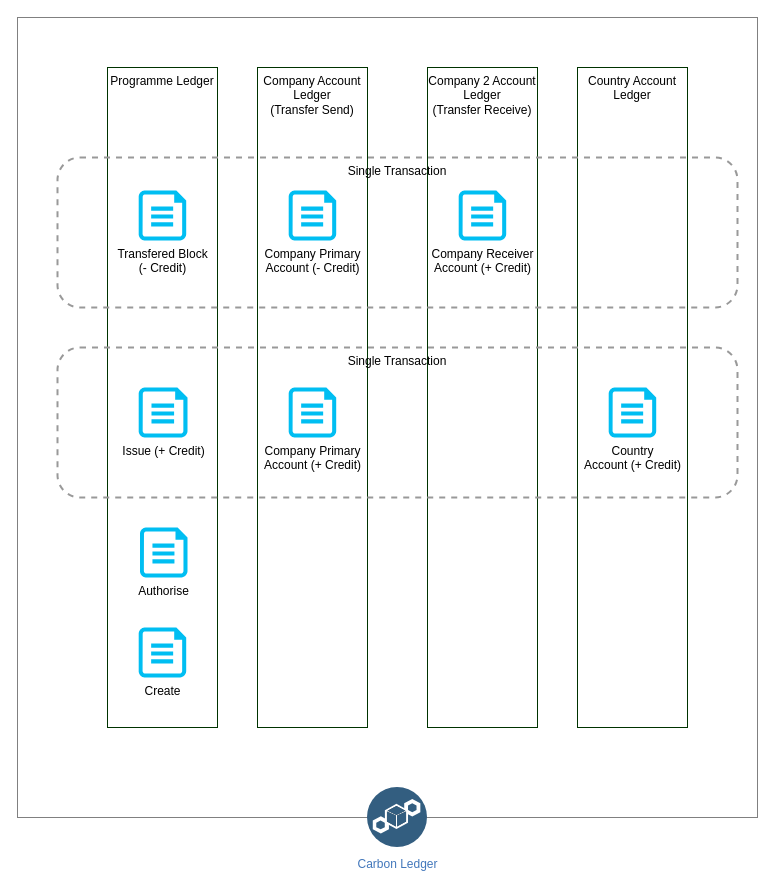
undp/carbon-registry keeps this draw.io diagram as page "Ledger" (2 of 2) of documention/Carbon Registry Architecture.drawio. Above is the earlier version. Source tidied: cells renumbered, new cells numbered last; positions are measured from the earlier drawing's top-left corner, leaving out a move shared by most shapes. Both pictures are drawn from the tidied source at 100%, with x=0, y=0 at pixel (17, 17).
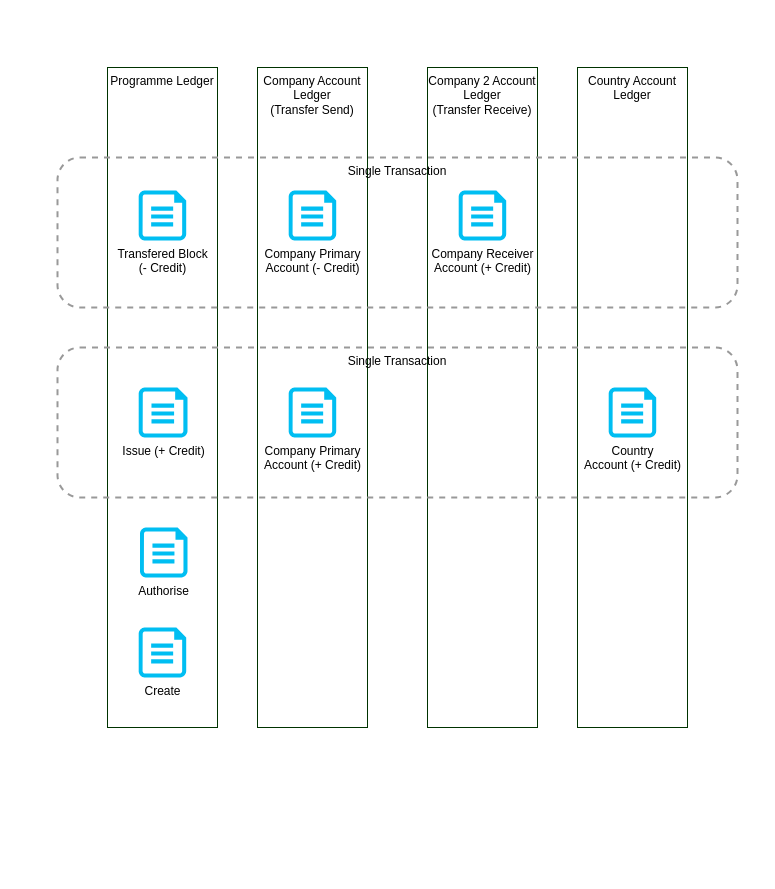
The same diagram, later.

Diff of the diagram source:
```diff
@@
 <mxGraphModel>
   <root>
     <mxCell id="0" />
     <mxCell id="1" parent="0" />
     <mxCell id="2" style="group;fontColor=#808080;rounded=1;strokeWidth=3;" parent="1" vertex="1">
       <mxGeometry width="740" height="830" as="geometry" />
     </mxCell>
-    <mxCell id="3" style="rounded=0;whiteSpace=wrap;html=1;strokeColor=#808080;strokeWidth=1;" parent="2" vertex="1">
-      <mxGeometry width="740" height="800" as="geometry" />
-    </mxCell>
     <mxCell id="4" value="Programme Ledger" style="rounded=0;whiteSpace=wrap;html=1;strokeColor=#003300;strokeWidth=1;verticalAlign=top;" parent="2" vertex="1">
       <mxGeometry x="90" y="50" width="110" height="660" as="geometry" />
     </mxCell>
-    <mxCell id="5" value="Carbon Ledger" style="perimeter=ellipsePerimeter;html=1;align=center;shadow=0;dashed=0;fontColor=#4277BB;labelBackgroundColor=#ffffff;fontSize=12;spacingTop=3;image;image=img/lib/ibm/blockchain/ledger.svg;strokeColor=#003300;strokeWidth=1;" parent="2" vertex="1">
-      <mxGeometry x="350" y="770" width="60" height="60" as="geometry" />
-    </mxCell>
     <mxCell id="6" value="Create" style="verticalLabelPosition=bottom;html=1;verticalAlign=top;align=center;strokeColor=none;fillColor=#00BEF2;shape=mxgraph.azure.file;strokeWidth=1;" parent="2" vertex="1">
       <mxGeometry x="121.2" y="610" width="47.5" height="50" as="geometry" />
     </mxCell>
     <mxCell id="7" value="Company Account Ledger&lt;br&gt;(Transfer Send)" style="rounded=0;whiteSpace=wrap;html=1;strokeColor=#003300;strokeWidth=1;verticalAlign=top;" parent="2" vertex="1">
       <mxGeometry x="240" y="50" width="110" height="660" as="geometry" />
     </mxCell>
     <mxCell id="8" value="Authorise" style="verticalLabelPosition=bottom;html=1;verticalAlign=top;align=center;strokeColor=none;fillColor=#00BEF2;shape=mxgraph.azure.file;strokeWidth=1;" parent="2" vertex="1">
       <mxGeometry x="122.5" y="510" width="47.5" height="50" as="geometry" />
     </mxCell>
     <mxCell id="9" value="Company 2 Account Ledger&lt;br&gt;(Transfer Receive)" style="rounded=0;whiteSpace=wrap;html=1;strokeColor=#003300;strokeWidth=1;verticalAlign=top;" parent="2" vertex="1">
       <mxGeometry x="410" y="50" width="110" height="660" as="geometry" />
     </mxCell>
     <mxCell id="10" value="Country Account Ledger" style="rounded=0;whiteSpace=wrap;html=1;strokeColor=#003300;strokeWidth=1;verticalAlign=top;" parent="2" vertex="1">
       <mxGeometry x="560" y="50" width="110" height="660" as="geometry" />
     </mxCell>
     <mxCell id="11" value="Single Transaction" style="rounded=1;whiteSpace=wrap;html=1;fillColor=none;dashed=1;strokeWidth=2;strokeColor=#999999;verticalAlign=top;" parent="2" vertex="1">
       <mxGeometry x="40" y="330" width="680" height="150" as="geometry" />
     </mxCell>
     <mxCell id="12" value="Issue (+ Credit)" style="verticalLabelPosition=bottom;html=1;verticalAlign=top;align=center;strokeColor=none;fillColor=#00BEF2;shape=mxgraph.azure.file;strokeWidth=1;" parent="2" vertex="1">
       <mxGeometry x="121.2" y="370" width="48.8" height="50" as="geometry" />
     </mxCell>
     <mxCell id="13" value="Transfered Block &lt;br&gt;(- Credit)" style="verticalLabelPosition=bottom;html=1;verticalAlign=top;align=center;strokeColor=none;fillColor=#00BEF2;shape=mxgraph.azure.file;strokeWidth=1;" parent="2" vertex="1">
       <mxGeometry x="121.2" y="173" width="47.5" height="50" as="geometry" />
     </mxCell>
     <mxCell id="14" value="Country&lt;br style=&quot;border-color: var(--border-color);&quot;&gt;Account (+ Credit)" style="verticalLabelPosition=bottom;html=1;verticalAlign=top;align=center;strokeColor=none;fillColor=#00BEF2;shape=mxgraph.azure.file;strokeWidth=1;" parent="2" vertex="1">
       <mxGeometry x="591.2" y="370" width="47.5" height="50" as="geometry" />
     </mxCell>
     <mxCell id="15" value="Company Primary &lt;br&gt;Account (+ Credit)" style="verticalLabelPosition=bottom;html=1;verticalAlign=top;align=center;strokeColor=none;fillColor=#00BEF2;shape=mxgraph.azure.file;strokeWidth=1;" parent="2" vertex="1">
       <mxGeometry x="271.2" y="370" width="47.5" height="50" as="geometry" />
     </mxCell>
     <mxCell id="16" value="Single Transaction" style="rounded=1;whiteSpace=wrap;html=1;fillColor=none;dashed=1;strokeWidth=2;strokeColor=#999999;verticalAlign=top;" parent="2" vertex="1">
       <mxGeometry x="40" y="140" width="680" height="150" as="geometry" />
     </mxCell>
     <mxCell id="17" value="Company Primary &lt;br&gt;Account (- Credit)" style="verticalLabelPosition=bottom;html=1;verticalAlign=top;align=center;strokeColor=none;fillColor=#00BEF2;shape=mxgraph.azure.file;strokeWidth=1;" parent="2" vertex="1">
       <mxGeometry x="271.2" y="173" width="47.5" height="50" as="geometry" />
     </mxCell>
     <mxCell id="18" value="Company Receiver&lt;br&gt;Account (+ Credit)" style="verticalLabelPosition=bottom;html=1;verticalAlign=top;align=center;strokeColor=none;fillColor=#00BEF2;shape=mxgraph.azure.file;strokeWidth=1;" parent="2" vertex="1">
       <mxGeometry x="441.2" y="173" width="47.5" height="50" as="geometry" />
     </mxCell>
   </root>
 </mxGraphModel>
```
